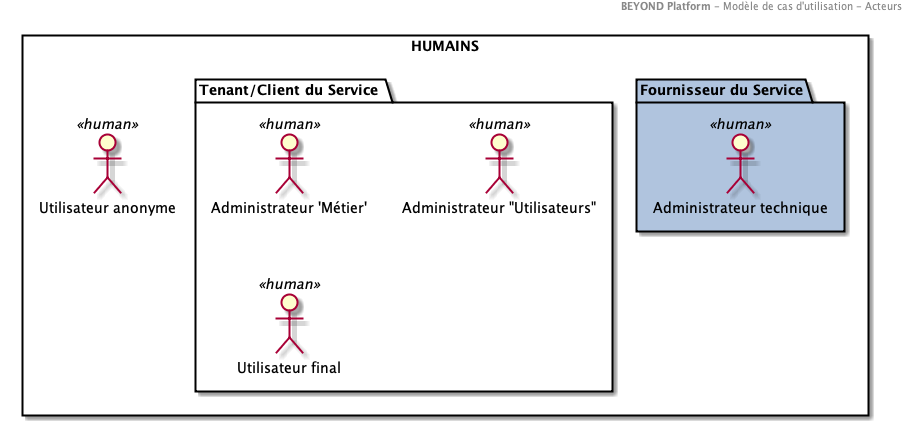
Earlier version of the PlantUML export 01.byd-DataFactory/1.ArchitectureDossier/images/0200.Actors.png (cogirep/documentation).
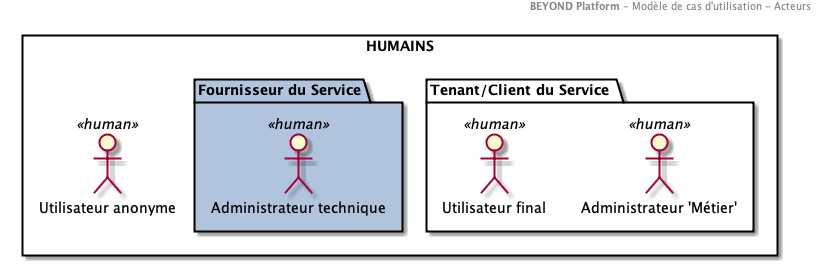
Above is the later version.

Diff of the diagram source:
```diff
@@ -11,8 +11,7 @@
  :Administrateur technique: as ACTOR2 <<human>>
 }
 Package "Tenant/Client du Service "  as CLIENTUSR{
-  :Administrateur 'Métier': as ACTOR3 <<human>>
-:Administrateur "Utilisateurs": as ACTOR4 <<human>>
+:Administrateur 'Métier': as ACTOR3 <<human>>
 :Utilisateur final: as ACTOR5 <<human>>
 }
 :Utilisateur anonyme: as ACTOR6 <<human>>
```
